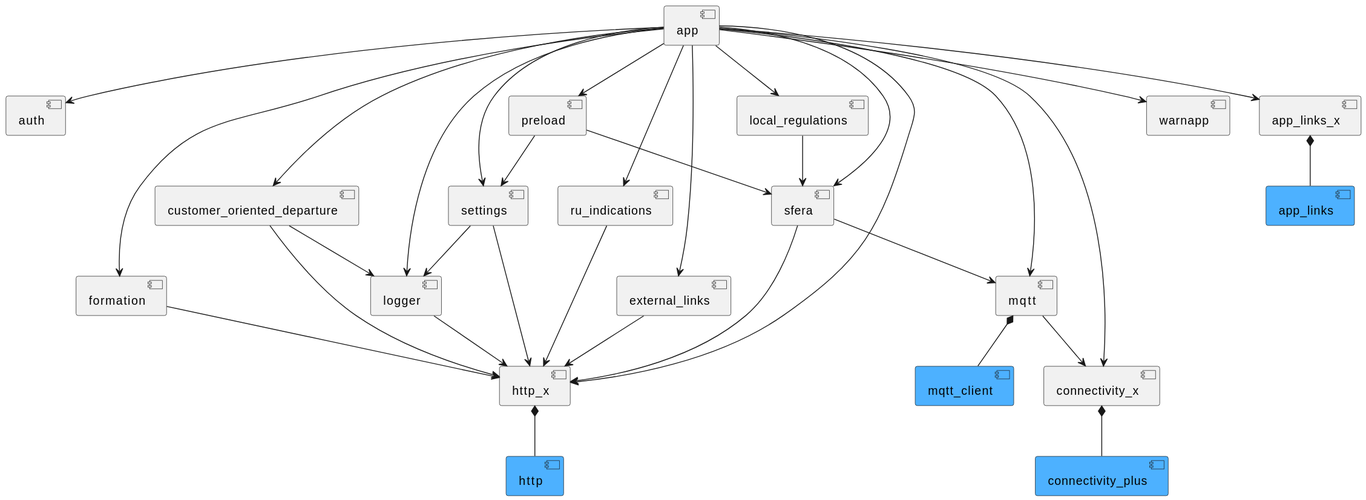
The PlantUML diagram das_client/components.svg in SchweizerischeBundesbahnen/DAS, before a commit.
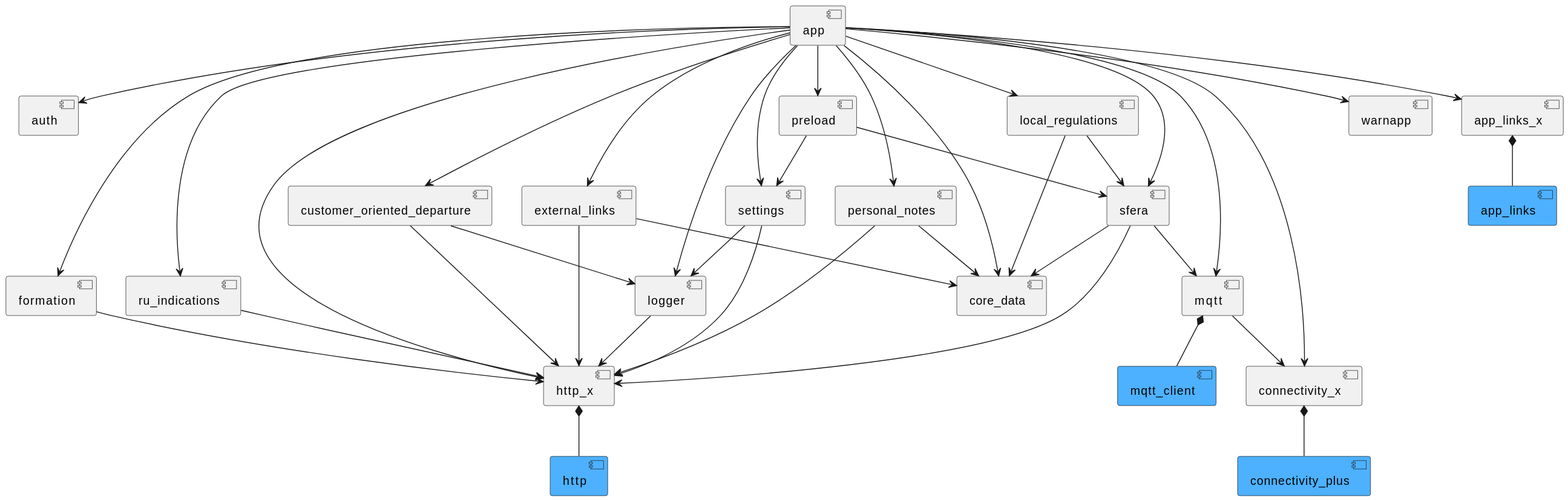
The same diagram one commit later.

Commit message:
chore: add to component diagram

What changed in the source:
```diff
@@ -19,6 +19,8 @@
 component customer_oriented_departure
 component ru_indications
 component external_links
+component core_data
+component personal_notes
 
 app --> auth
 app --> sfera
@@ -35,6 +37,8 @@
 app --> customer_oriented_departure
 app --> ru_indications
 app --> external_links
+app --> core_data
+app --> personal_notes
 
 settings --> http_x
 settings --> logger
@@ -48,8 +52,10 @@
 
 sfera --> mqtt
 sfera --> http_x
+sfera --> core_data
 
 local_regulations --> sfera
+local_regulations --> core_data
 
 http_x *-- http
 
@@ -66,4 +72,8 @@
 ru_indications --> http_x
 
 external_links --> http_x
+external_links --> core_data
+
+personal_notes --> http_x
+personal_notes --> core_data
 @enduml
```
